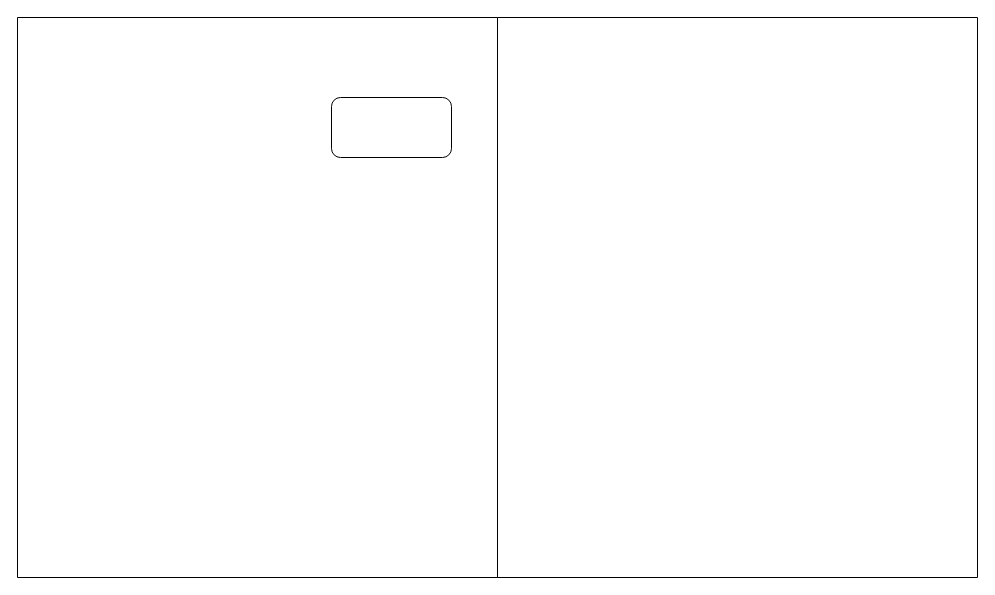
Earlier version of the draw.io diagram LLSI/未命名绘图.drawio (0573xieguojia/To-program). Source tidied: cells renumbered, new cells numbered last; positions are measured from the earlier drawing's top-left corner, leaving out a move shared by most shapes. Both pictures are drawn from the tidied source at 100%, with x=0, y=0 at pixel (17, 17).
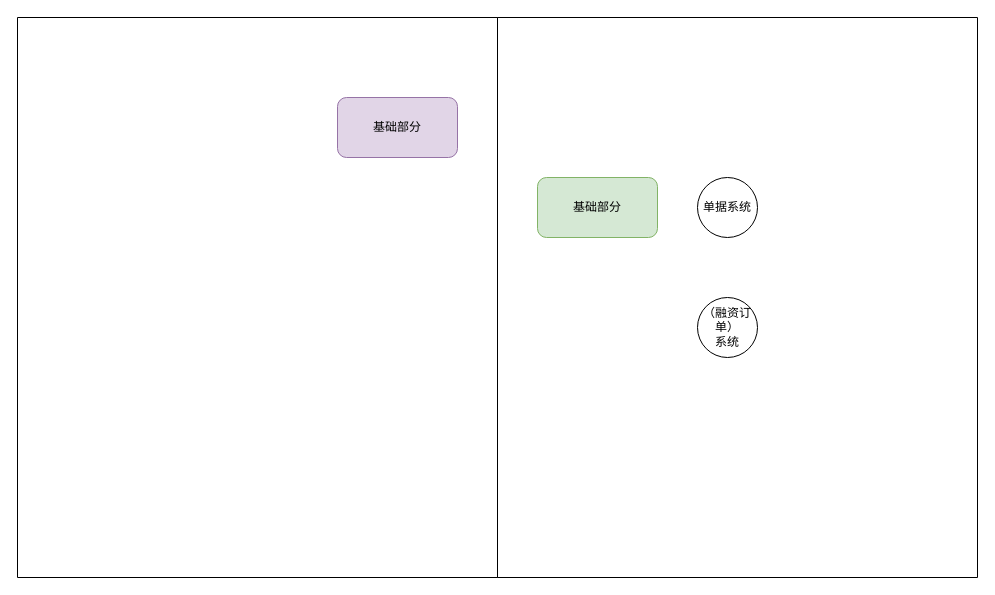
After the change.

Commit message (it also covers changes not shown here):
更新未命名绘图.drawio

The edit, as a diff of the source:
```diff
@@
 <mxGraphModel>
   <root>
     <mxCell id="0" />
     <mxCell id="1" parent="0" />
     <mxCell id="2" style="swimlane;startSize=0;" parent="1" vertex="1">
       <mxGeometry width="480" height="560" as="geometry" />
     </mxCell>
-    <mxCell id="3" style="rounded=1;whiteSpace=wrap;html=1;" parent="2" vertex="1">
-      <mxGeometry x="314" y="80" width="120" height="60" as="geometry" />
+    <mxCell id="3" value="基础部分" style="rounded=1;whiteSpace=wrap;html=1;fillColor=#e1d5e7;strokeColor=#9673a6;" parent="2" vertex="1">
+      <mxGeometry x="320" y="80" width="120" height="60" as="geometry" />
     </mxCell>
     <mxCell id="4" style="swimlane;startSize=0;" parent="1" vertex="1">
       <mxGeometry x="480" width="480" height="560" as="geometry" />
     </mxCell>
+    <mxCell id="5" value="基础部分" style="rounded=1;whiteSpace=wrap;html=1;fillColor=#d5e8d4;strokeColor=#82b366;" parent="4" vertex="1">
+      <mxGeometry x="40" y="160" width="120" height="60" as="geometry" />
+    </mxCell>
+    <mxCell id="6" value="单据系统" style="ellipse;whiteSpace=wrap;html=1;" parent="4" vertex="1">
+      <mxGeometry x="200" y="160" width="60" height="60" as="geometry" />
+    </mxCell>
+    <mxCell id="7" value="（融资订单）&lt;br&gt;系统" style="ellipse;whiteSpace=wrap;html=1;" parent="4" vertex="1">
+      <mxGeometry x="200" y="280" width="60" height="60" as="geometry" />
+    </mxCell>
   </root>
 </mxGraphModel>
```
